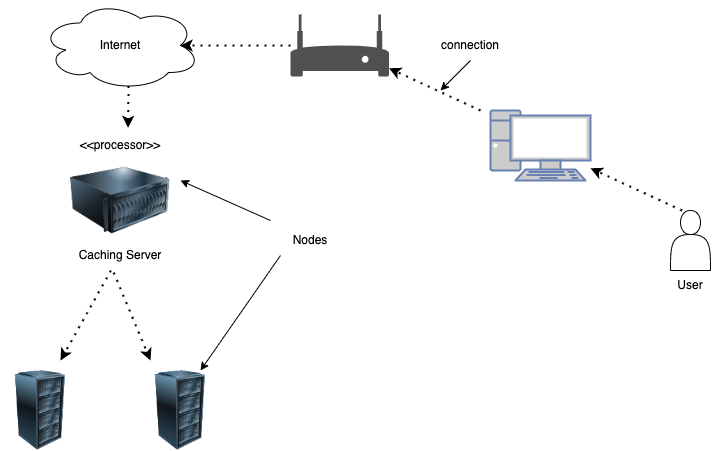
Mitansh007/SE keeps this draw.io diagram as Deployment.drawio.png. Above is the earlier version. Source tidied: cells renumbered, new cells last; positions are measured from the earlier drawing's top-left corner, leaving out a move shared by most shapes.
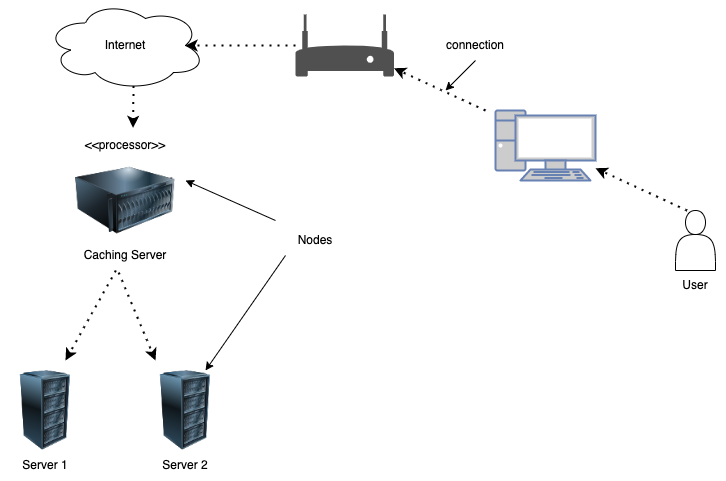
The same file after the commit.

Diff of the diagram source:
```diff
@@ -83,5 +83,11 @@
     <mxCell id="23" style="endArrow=classic;html=1;rounded=0;exitX=0;exitY=1;exitDx=0;exitDy=0;entryX=0.75;entryY=0;entryDx=0;entryDy=0;" parent="1" edge="1" source="21" target="18">
       <mxGeometry relative="1" as="geometry" />
     </mxCell>
+    <mxCell id="24" value="Server 1" style="text;html=1;strokeColor=none;fillColor=none;align=center;verticalAlign=middle;whiteSpace=wrap;rounded=0;" parent="1" vertex="1">
+      <mxGeometry x="-5" y="450" width="90" height="30" as="geometry" />
+    </mxCell>
+    <mxCell id="25" value="Server 2" style="text;html=1;strokeColor=none;fillColor=none;align=center;verticalAlign=middle;whiteSpace=wrap;rounded=0;" parent="1" vertex="1">
+      <mxGeometry x="135" y="450" width="90" height="30" as="geometry" />
+    </mxCell>
   </root>
 </mxGraphModel>
```
